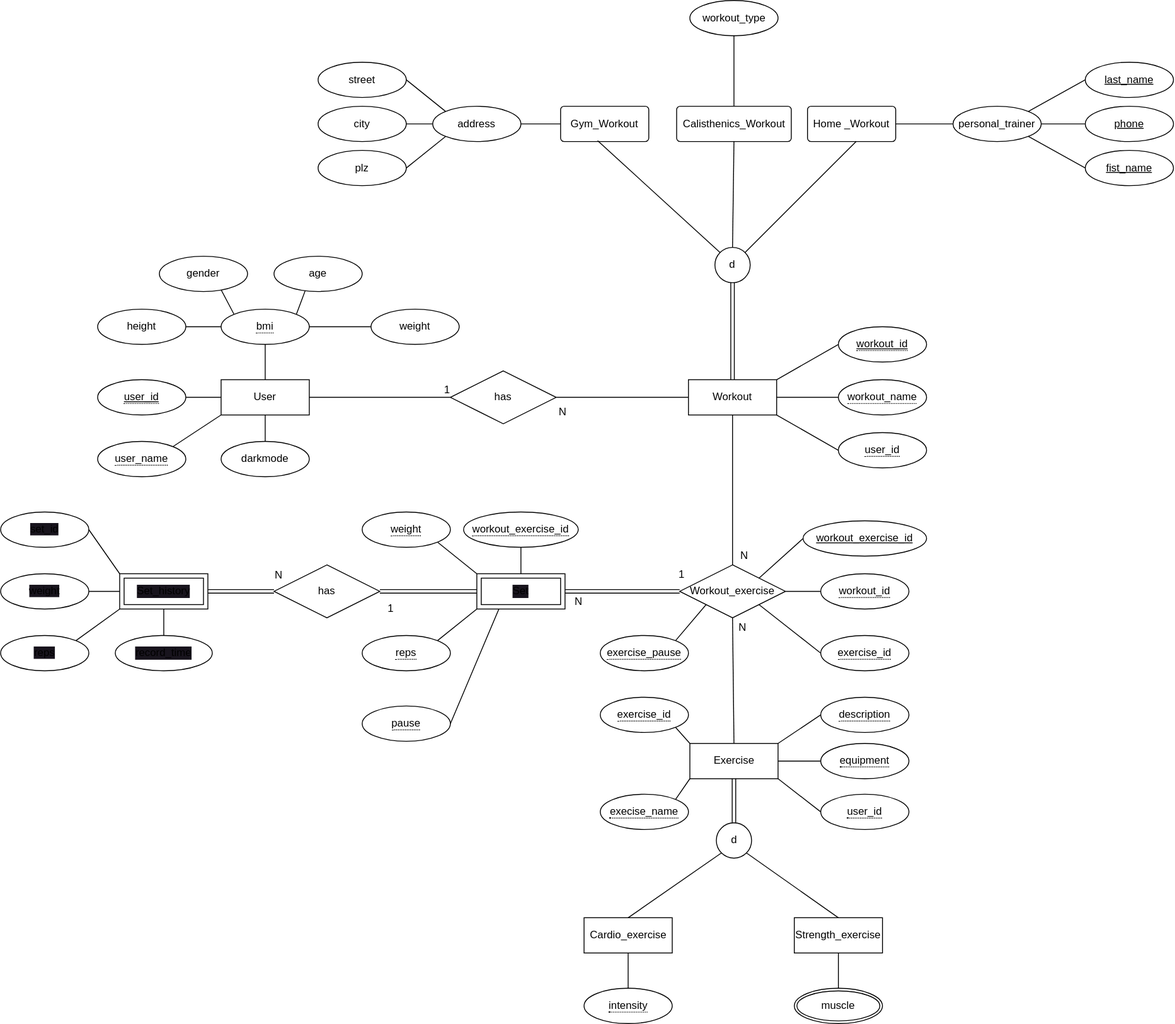
The draw.io diagram EER-Diagramm.drawio.svg in Johannes0220/DatabaseProject, before a commit. Source tidied: cells renumbered, new cells last; positions are measured from the earlier drawing's top-left corner, leaving out a move shared by most shapes.
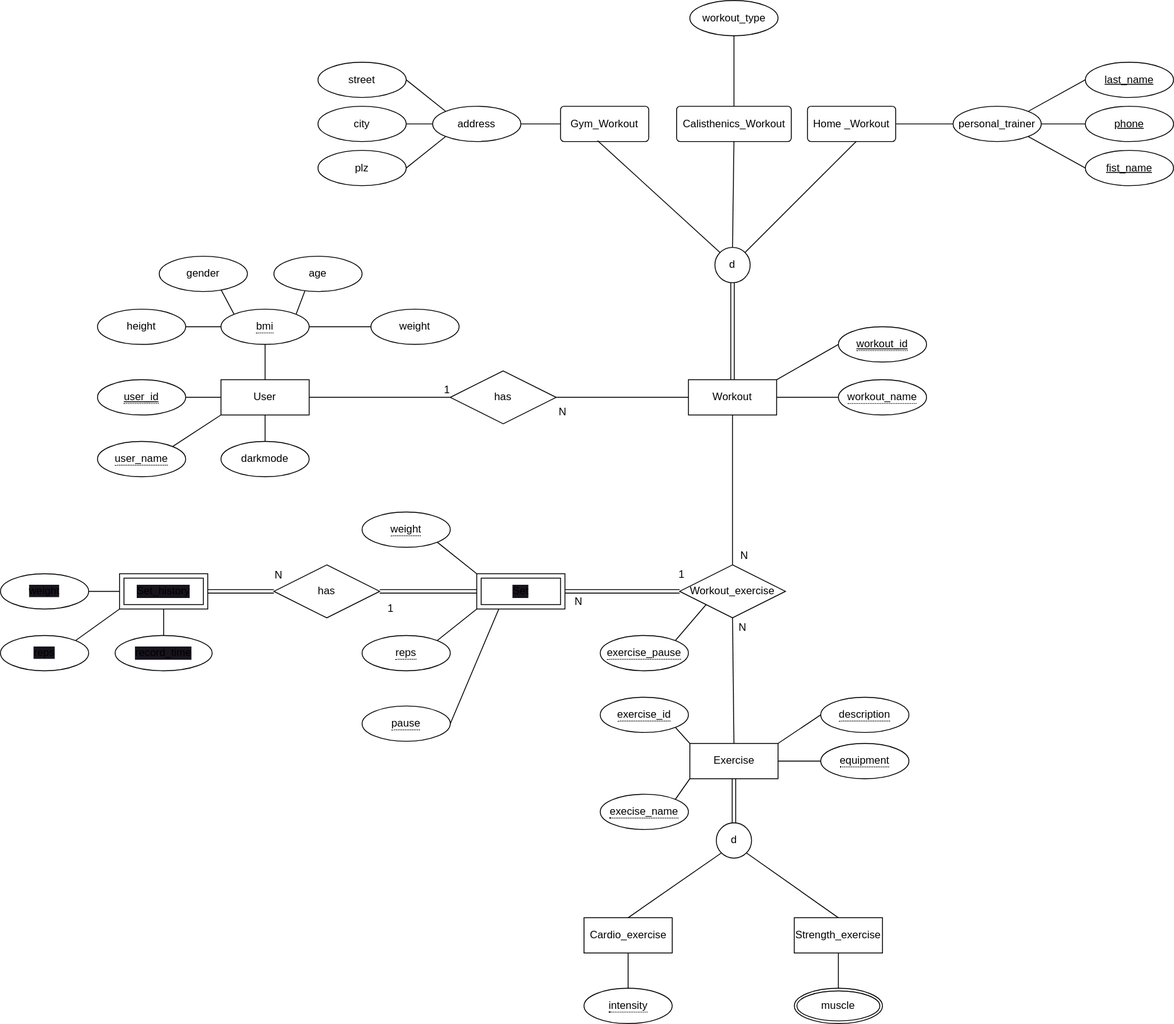
After the change.

Commit message:
removed foreign keys in EER

What changed in the source:
```diff
@@ -8,9 +8,6 @@
     <mxCell id="3" style="edgeStyle=none;html=1;exitX=0.5;exitY=1;exitDx=0;exitDy=0;entryX=0.5;entryY=0;entryDx=0;entryDy=0;endArrow=none;endFill=0;" parent="1" edge="1" source="7" target="12">
       <mxGeometry relative="1" as="geometry" />
     </mxCell>
-    <mxCell id="4" style="edgeStyle=none;html=1;exitX=1;exitY=1;exitDx=0;exitDy=0;entryX=0;entryY=0.5;entryDx=0;entryDy=0;endArrow=none;endFill=0;" parent="1" edge="1" source="7" target="65">
-      <mxGeometry relative="1" as="geometry" />
-    </mxCell>
     <mxCell id="5" style="edgeStyle=none;html=1;exitX=1;exitY=0.5;exitDx=0;exitDy=0;entryX=0;entryY=0.5;entryDx=0;entryDy=0;endArrow=none;endFill=0;" parent="1" edge="1" source="7" target="66">
       <mxGeometry relative="1" as="geometry" />
     </mxCell>
@@ -134,12 +131,6 @@
     <mxCell id="43" value="&lt;span style=&quot;border-bottom: 1px dotted&quot;&gt;bmi&lt;/span&gt;" style="ellipse;whiteSpace=wrap;html=1;align=center;" parent="1" vertex="1">
       <mxGeometry x="250" y="350" width="100" height="40" as="geometry" />
     </mxCell>
-    <mxCell id="44" style="edgeStyle=none;html=1;exitX=1;exitY=0.5;exitDx=0;exitDy=0;entryX=0;entryY=0;entryDx=0;entryDy=0;endArrow=none;endFill=0;" parent="1" edge="1" source="45" target="23">
-      <mxGeometry relative="1" as="geometry" />
-    </mxCell>
-    <mxCell id="45" value="&lt;span style=&quot;background-color: rgb(24, 20, 29);&quot;&gt;set_id&lt;/span&gt;" style="ellipse;whiteSpace=wrap;html=1;align=center;" parent="1" vertex="1">
-      <mxGeometry y="580" width="100" height="40" as="geometry" />
-    </mxCell>
     <mxCell id="46" style="edgeStyle=none;html=1;exitX=1;exitY=0.5;exitDx=0;exitDy=0;entryX=0;entryY=0.5;entryDx=0;entryDy=0;endArrow=none;endFill=0;" parent="1" edge="1" source="47" target="23">
       <mxGeometry relative="1" as="geometry" />
     </mxCell>
@@ -185,12 +176,6 @@
     <mxCell id="60" value="&lt;span style=&quot;border-bottom: 1px dotted&quot;&gt;weight&lt;/span&gt;" style="ellipse;whiteSpace=wrap;html=1;align=center;" parent="1" vertex="1">
       <mxGeometry x="410" y="580" width="100" height="40" as="geometry" />
     </mxCell>
-    <mxCell id="61" style="edgeStyle=none;html=1;exitX=0.5;exitY=1;exitDx=0;exitDy=0;entryX=0.5;entryY=0;entryDx=0;entryDy=0;endArrow=none;endFill=0;" parent="1" edge="1" source="62" target="22">
-      <mxGeometry relative="1" as="geometry" />
-    </mxCell>
-    <mxCell id="62" value="&lt;span style=&quot;border-bottom: 1px dotted&quot;&gt;workout_exercise_id&lt;/span&gt;" style="ellipse;whiteSpace=wrap;html=1;align=center;" parent="1" vertex="1">
-      <mxGeometry x="525" y="580" width="130" height="40" as="geometry" />
-    </mxCell>
     <mxCell id="63" value="N" style="html=1;align=right;verticalAlign=bottom;" parent="1" vertex="1">
       <mxGeometry x="761.6" y="460" as="geometry">
         <mxPoint x="86" y="178" as="offset" />
@@ -199,42 +184,15 @@
     <mxCell id="64" value="&lt;span style=&quot;border-bottom: 1px dotted&quot;&gt;&lt;u&gt;workout_id&lt;/u&gt;&lt;/span&gt;" style="ellipse;whiteSpace=wrap;html=1;align=center;" parent="1" vertex="1">
       <mxGeometry x="950" y="370" width="100" height="40" as="geometry" />
     </mxCell>
-    <mxCell id="65" value="&lt;span style=&quot;border-bottom: 1px dotted&quot;&gt;user_id&lt;/span&gt;" style="ellipse;whiteSpace=wrap;html=1;align=center;" parent="1" vertex="1">
-      <mxGeometry x="950" y="490" width="100" height="40" as="geometry" />
-    </mxCell>
     <mxCell id="66" value="&lt;span style=&quot;border-bottom: 1px dotted&quot;&gt;workout_name&lt;/span&gt;" style="ellipse;whiteSpace=wrap;html=1;align=center;" parent="1" vertex="1">
       <mxGeometry x="950" y="430" width="100" height="40" as="geometry" />
     </mxCell>
-    <mxCell id="67" style="edgeStyle=none;html=1;exitX=0;exitY=0.5;exitDx=0;exitDy=0;entryX=1;entryY=0.5;entryDx=0;entryDy=0;endArrow=none;endFill=0;" parent="1" edge="1" source="68" target="12">
-      <mxGeometry relative="1" as="geometry" />
-    </mxCell>
-    <mxCell id="68" value="&lt;span style=&quot;border-bottom: 1px dotted&quot;&gt;workout_id&lt;/span&gt;" style="ellipse;whiteSpace=wrap;html=1;align=center;" parent="1" vertex="1">
-      <mxGeometry x="930" y="650" width="100" height="40" as="geometry" />
-    </mxCell>
     <mxCell id="69" style="edgeStyle=none;html=1;exitX=1;exitY=0;exitDx=0;exitDy=0;entryX=0;entryY=1;entryDx=0;entryDy=0;endArrow=none;endFill=0;" parent="1" edge="1" source="70" target="12">
       <mxGeometry relative="1" as="geometry" />
     </mxCell>
     <mxCell id="70" value="&lt;span style=&quot;border-bottom: 1px dotted&quot;&gt;exercise_pause&lt;/span&gt;" style="ellipse;whiteSpace=wrap;html=1;align=center;" parent="1" vertex="1">
       <mxGeometry x="680" y="720" width="100" height="40" as="geometry" />
     </mxCell>
-    <mxCell id="71" style="edgeStyle=none;html=1;exitX=0;exitY=0.5;exitDx=0;exitDy=0;endArrow=none;endFill=0;entryX=1;entryY=1;entryDx=0;entryDy=0;" parent="1" edge="1" source="72" target="12">
-      <mxGeometry relative="1" as="geometry" />
-    </mxCell>
-    <mxCell id="72" value="&lt;span style=&quot;border-bottom: 1px dotted&quot;&gt;exercise_id&lt;/span&gt;" style="ellipse;whiteSpace=wrap;html=1;align=center;" parent="1" vertex="1">
-      <mxGeometry x="930" y="720" width="100" height="40" as="geometry" />
-    </mxCell>
-    <mxCell id="73" style="edgeStyle=none;html=1;exitX=0;exitY=0.5;exitDx=0;exitDy=0;entryX=1;entryY=0;entryDx=0;entryDy=0;endArrow=none;endFill=0;" parent="1" edge="1" source="74" target="12">
-      <mxGeometry relative="1" as="geometry" />
-    </mxCell>
-    <mxCell id="74" value="&lt;u&gt;workout_exercise_id&lt;/u&gt;" style="ellipse;whiteSpace=wrap;html=1;align=center;" parent="1" vertex="1">
-      <mxGeometry x="910" y="590" width="140" height="40" as="geometry" />
-    </mxCell>
-    <mxCell id="75" style="edgeStyle=none;html=1;exitX=0;exitY=0.5;exitDx=0;exitDy=0;entryX=1;entryY=1;entryDx=0;entryDy=0;endArrow=none;endFill=0;" parent="1" edge="1" source="76" target="8">
-      <mxGeometry relative="1" as="geometry" />
-    </mxCell>
-    <mxCell id="76" value="&lt;span style=&quot;border-bottom: 1px dotted&quot;&gt;user_id&lt;/span&gt;" style="ellipse;whiteSpace=wrap;html=1;align=center;" parent="1" vertex="1">
-      <mxGeometry x="930" y="900" width="100" height="40" as="geometry" />
-    </mxCell>
     <mxCell id="77" style="edgeStyle=none;html=1;exitX=0;exitY=0.5;exitDx=0;exitDy=0;entryX=1;entryY=0;entryDx=0;entryDy=0;endArrow=none;endFill=0;" parent="1" edge="1" source="78" target="8">
       <mxGeometry relative="1" as="geometry" />
     </mxCell>
```
